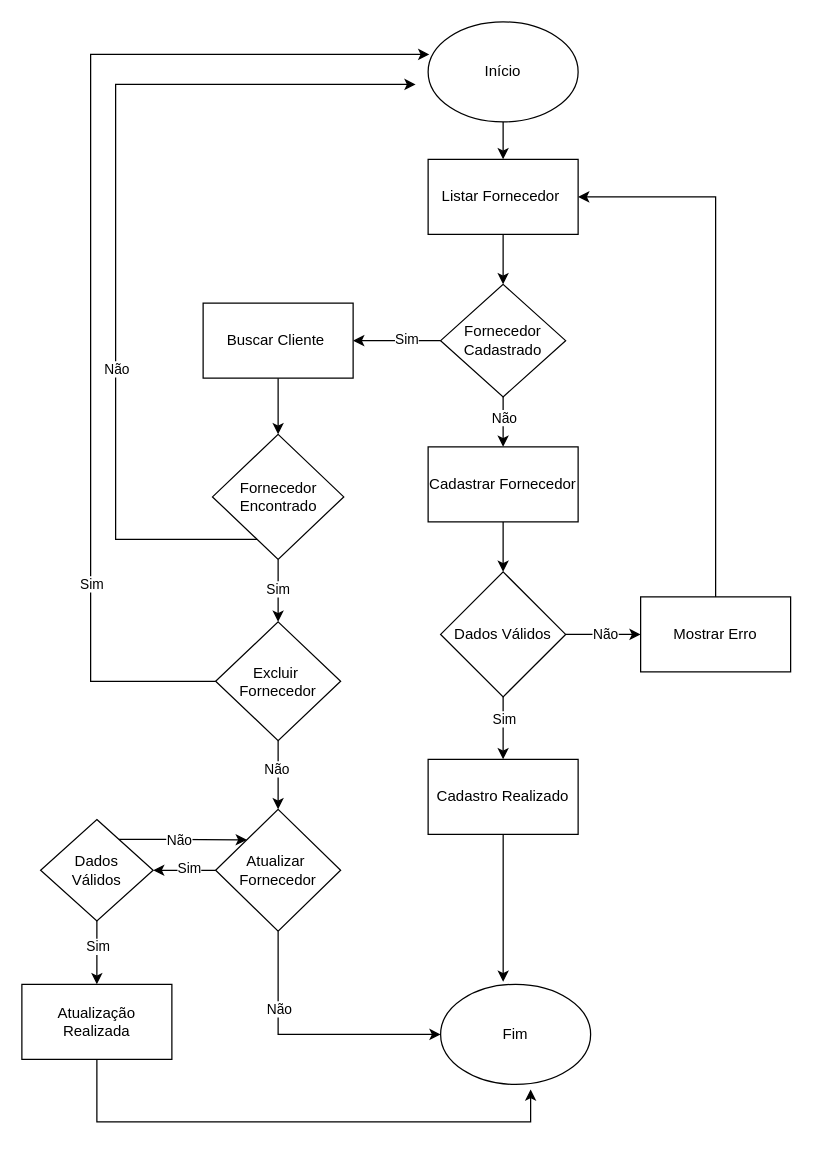
rafaelareisilva/avatar.app keeps this draw.io diagram as page "Página-1" (1 of 9) of DOC/fluxograma.drawio. Above is the earlier version. Source tidied: cells renumbered, new cells numbered last; positions are measured from the earlier drawing's top-left corner, leaving out a move shared by most shapes. Both pictures are drawn from the tidied source at 125%, with x=0, y=0 at pixel (21, 21).
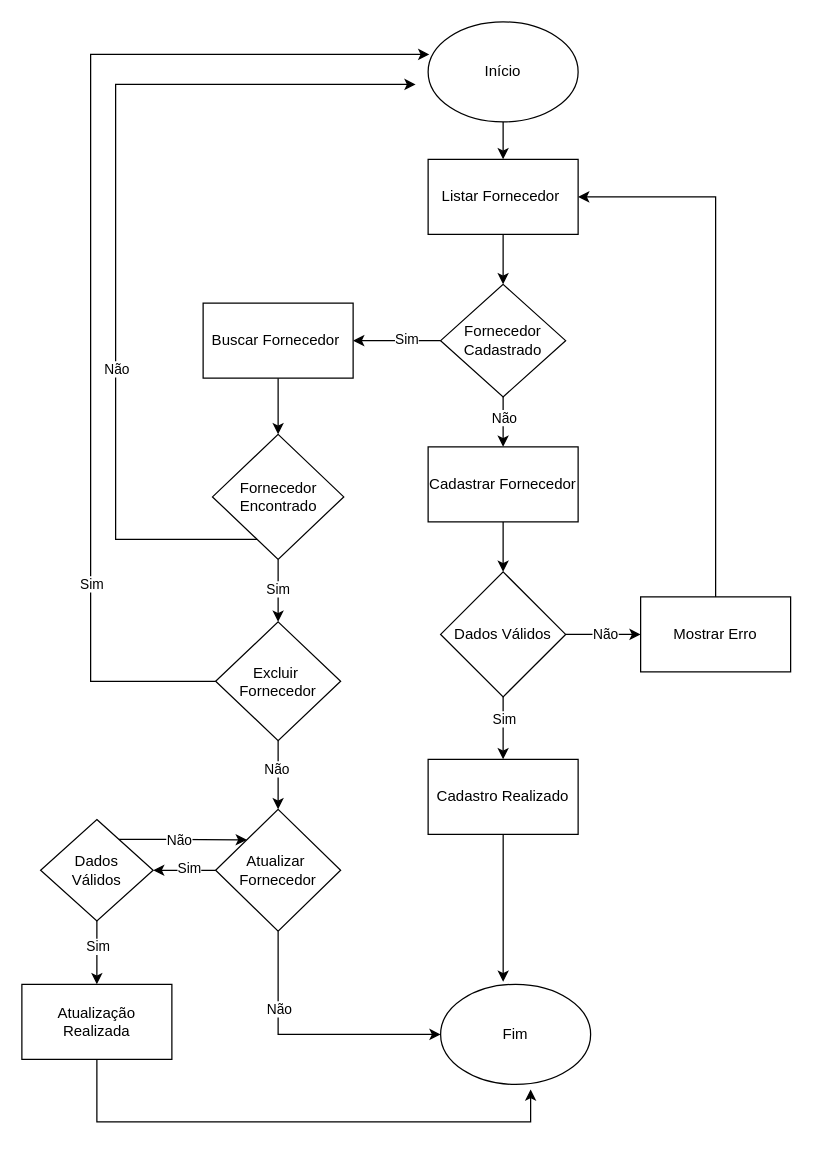
After the change.

Diff of the diagram source:
```diff
@@
-    <mxCell id="12" value="Buscar Cliente&amp;nbsp;" style="whiteSpace=wrap;html=1;" parent="1" vertex="1">
+    <mxCell id="12" value="Buscar Fornecedor&amp;nbsp;" style="whiteSpace=wrap;html=1;" parent="1" vertex="1">
       <mxGeometry x="145" y="225" width="120" height="60" as="geometry" />
     </mxCell>
```
